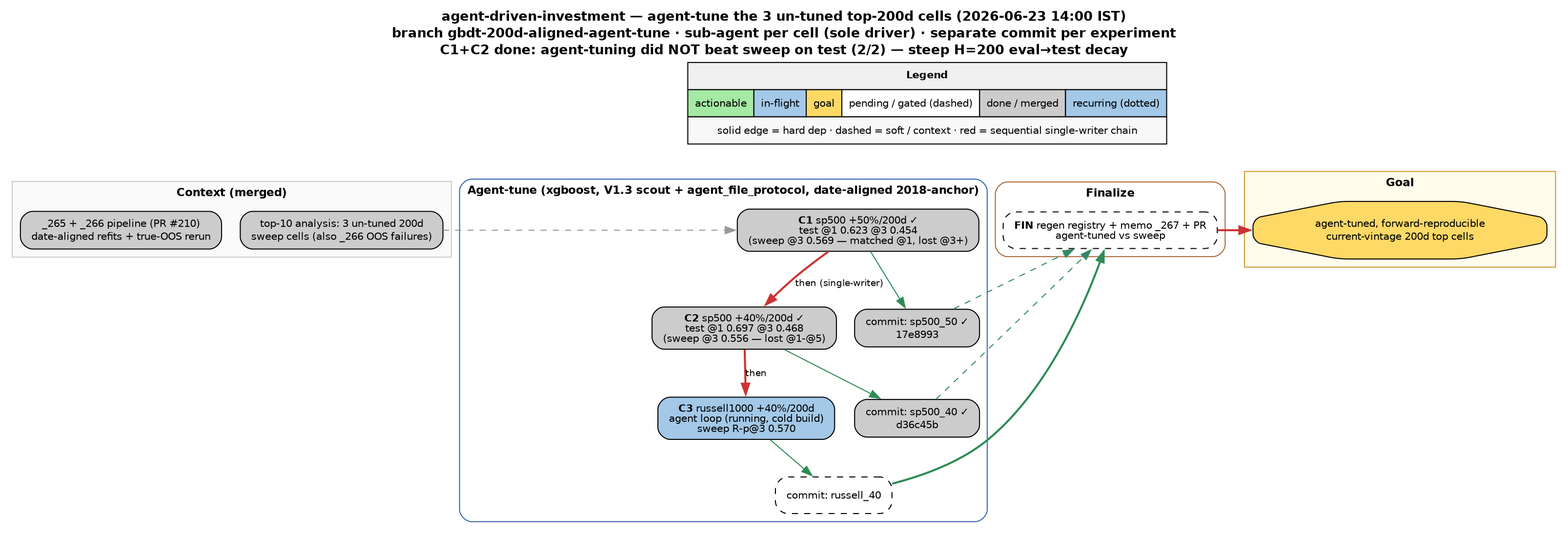
Earlier version of the Graphviz export docs/task_dependencies.png (shayanrc/agent-driven-investment). Its source is kept beside it as docs/task_dependencies.dot.
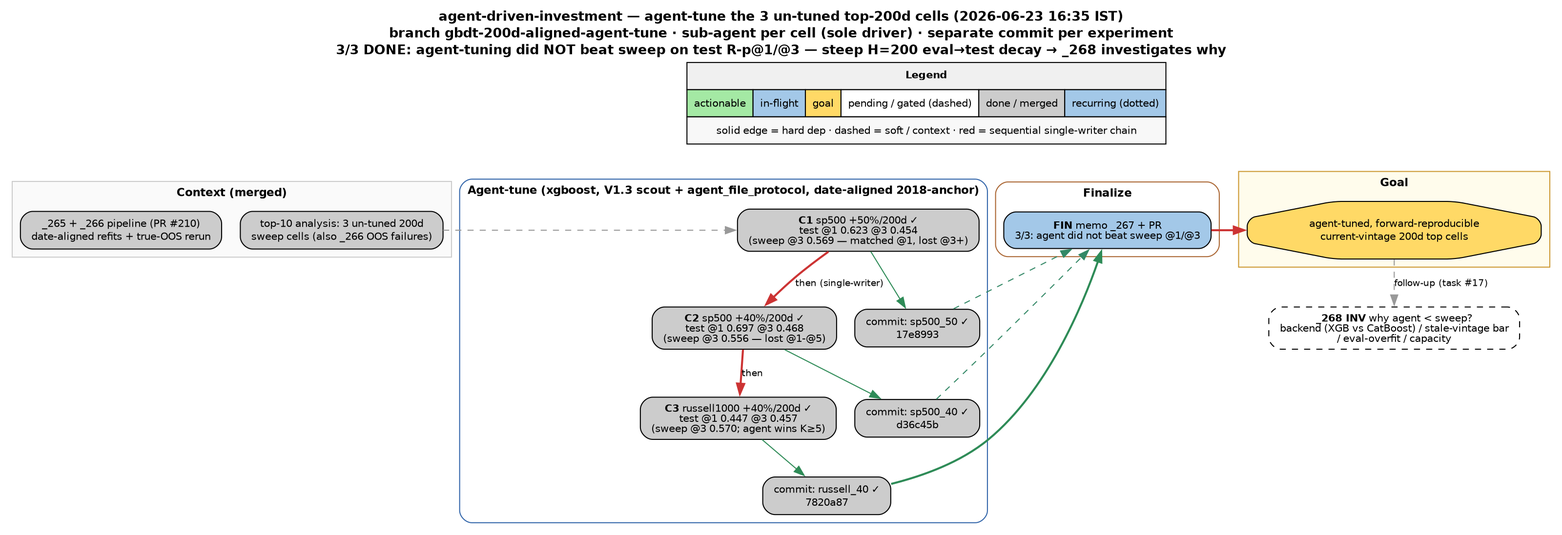
After the change.

Commit message:
gbdt(_267): agent-tuned vs sweep on the 3 top-200d cells — memo + sidecar

The edit, as a diff of the source:
```diff
@@ -4,7 +4,7 @@
   bgcolor="white";
   node [fontname="Helvetica", fontsize=10, shape=box, style="rounded,filled", margin="0.15,0.08"];
   edge [fontname="Helvetica", fontsize=9];
-  graph [labelloc="t", label="agent-driven-investment — agent-tune the 3 un-tuned top-200d cells (2026-06-23 14:00 IST)\nbranch gbdt-200d-aligned-agent-tune · sub-agent per cell (sole driver) · separate commit per experiment\nC1+C2 done: agent-tuning did NOT beat sweep on test (2/2) — steep H=200 eval→test decay", fontsize=13, fontname="Helvetica-Bold"];
+  graph [labelloc="t", label="agent-driven-investment — agent-tune the 3 un-tuned top-200d cells (2026-06-23 16:35 IST)\nbranch gbdt-200d-aligned-agent-tune · sub-agent per cell (sole driver) · separate commit per experiment\n3/3 DONE: agent-tuning did NOT beat sweep on test R-p@1/@3 — steep H=200 eval→test decay → _268 investigates why", fontsize=13, fontname="Helvetica-Bold"];
 
   {
     rank=source;
@@ -37,16 +37,16 @@
     style = "rounded"; color = "#3366aa"; fontname = "Helvetica-Bold"; fontsize = 11;
     C1 [label=<<B>C1</B> sp500 +50%/200d ✓<BR/>test @1 0.623 @3 0.454<BR/>(sweep @3 0.569 — matched @1, lost @3+)>, fillcolor="#cccccc"];
     C2 [label=<<B>C2</B> sp500 +40%/200d ✓<BR/>test @1 0.697 @3 0.468<BR/>(sweep @3 0.556 — lost @1-@5)>, fillcolor="#cccccc"];
-    C3 [label=<<B>C3</B> russell1000 +40%/200d<BR/>agent loop (running, cold build)<BR/>sweep R-p@3 0.570>, fillcolor="#a3c8e8"];
+    C3 [label=<<B>C3</B> russell1000 +40%/200d ✓<BR/>test @1 0.447 @3 0.457<BR/>(sweep @3 0.570; agent wins K≥5)>, fillcolor="#cccccc"];
     K1 [label=<commit: sp500_50 ✓<BR/>17e8993>, fillcolor="#cccccc"];
     K2 [label=<commit: sp500_40 ✓<BR/>d36c45b>, fillcolor="#cccccc"];
-    K3 [label=<commit: russell_40>, fillcolor="#ffffff", style="rounded,filled,dashed"];
+    K3 [label=<commit: russell_40 ✓<BR/>7820a87>, fillcolor="#cccccc"];
   }
 
   subgraph cluster_fin {
     label = "Finalize";
     style = "rounded"; color = "#aa6633"; fontname = "Helvetica-Bold"; fontsize = 11;
-    FIN [label=<<B>FIN</B> regen registry + memo _267 + PR<BR/>agent-tuned vs sweep>, fillcolor="#ffffff", style="rounded,filled,dashed"];
+    FIN [label=<<B>FIN</B> memo _267 + PR<BR/>3/3: agent did not beat sweep @1/@3>, fillcolor="#a3c8e8"];
   }
 
   subgraph cluster_goal {
@@ -74,4 +74,7 @@
   K3 -> FIN [color="#2e8b57", penwidth=2];
 
   FIN -> G [color="#cc3333", penwidth=2];
+
+  INV [label=<<B>_268 INV</B> why agent &lt; sweep?<BR/>backend (XGB vs CatBoost) / stale-vintage bar<BR/>/ eval-overfit / capacity>, fillcolor="#ffffff", style="rounded,filled,dashed"];
+  G -> INV [style="dashed", color="#999999", label="follow-up (task #17)"];
 }
```
